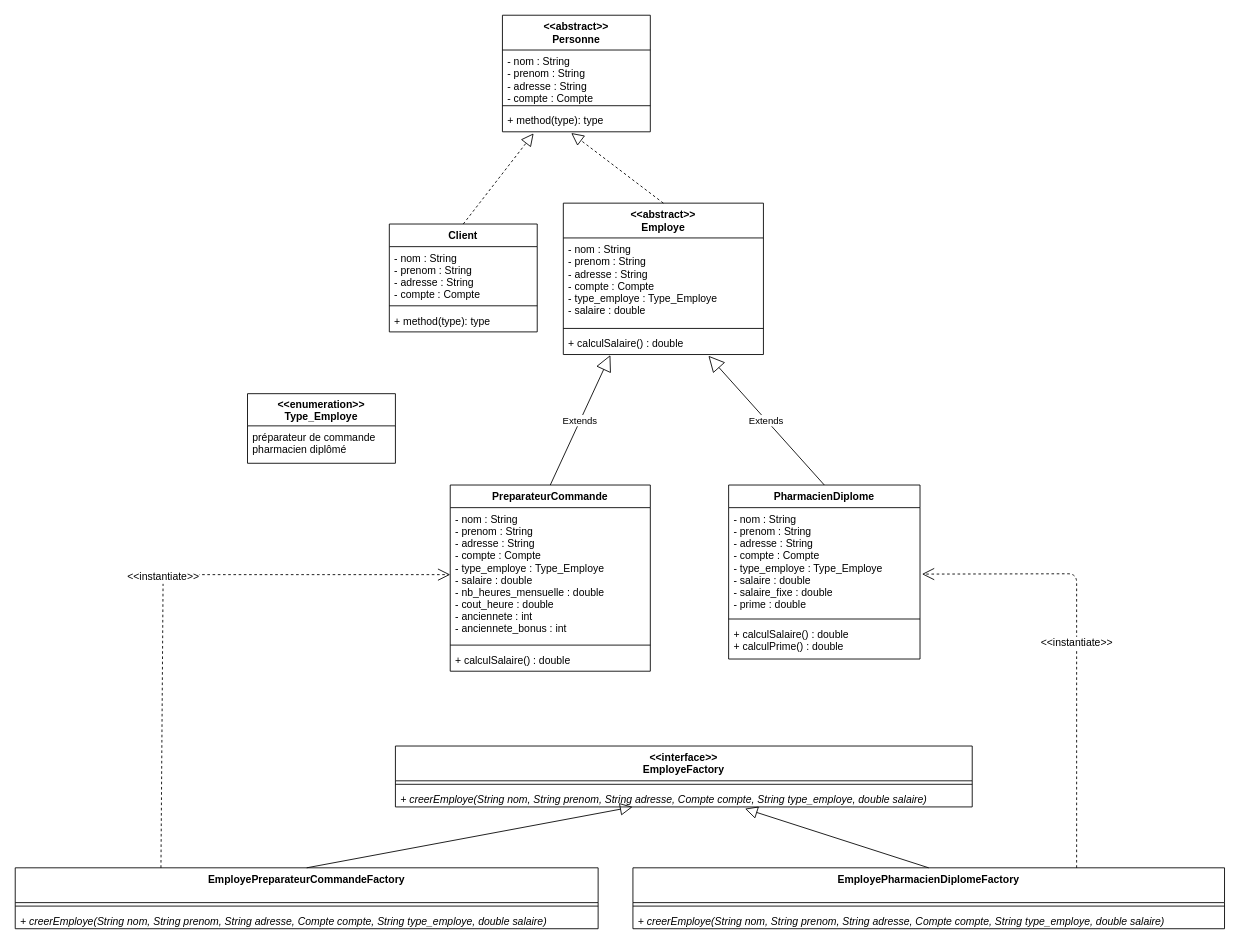
Before: src/diagrams/Personne.drawio in uapv1705019/Projet-Design-Pattern-Avance, a draw.io diagram. Source tidied: cells renumbered, new cells numbered last; positions are measured from the earlier drawing's top-left corner, leaving out a move shared by most shapes. Both pictures are drawn from the tidied source at 87%, with x=0, y=0 at pixel (15, 15).
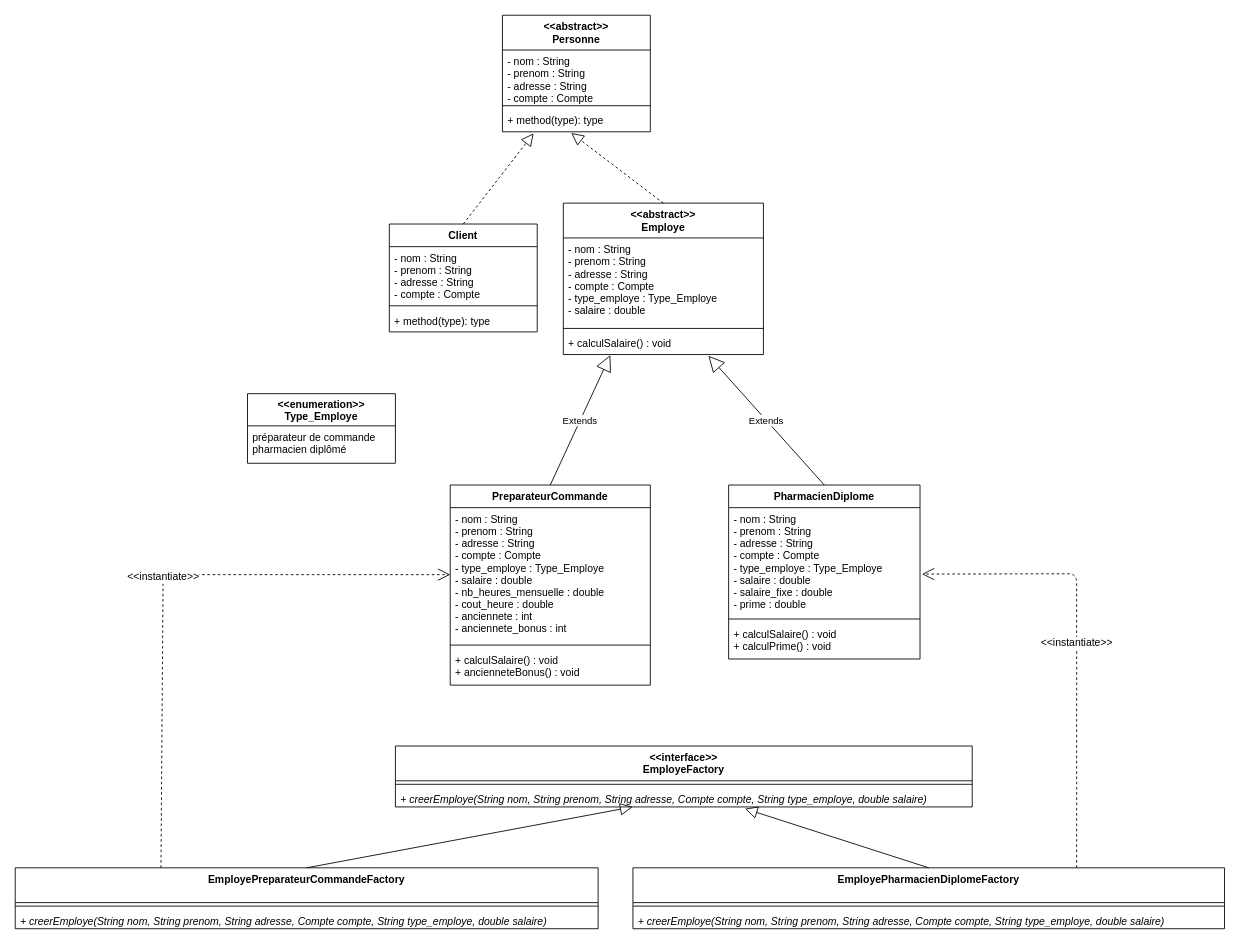
The same diagram, later.

Unchanged cells that the change refers to:
```xml
<mxCell id="6" value="&lt;&lt;abstract&gt;&gt;&#10;Employe" style="swimlane;fontStyle=1;align=center;verticalAlign=top;horizontal=1;startSize=40;" parent="1" vertex="1">
  <mxGeometry x="630" y="216" width="230" height="174" as="geometry" />
</mxCell>
<mxCell id="10" value="PharmacienDiplome" style="swimlane;fontStyle=1;align=center;verticalAlign=top;horizontal=1;startSize=26;" parent="1" vertex="1">
  <mxGeometry x="820" y="540" width="220" height="200" as="geometry" />
</mxCell>
```

What changed in the source:
```diff
@@
-    <mxCell id="9" value="+ calculSalaire() : double" style="text;strokeColor=none;fillColor=none;align=left;verticalAlign=top;spacingLeft=4;spacingRight=4;overflow=hidden;points=[[0,0.5],[1,0.5]];portConstraint=eastwest;" parent="6" vertex="1">
+    <mxCell id="9" value="+ calculSalaire() : void" style="text;strokeColor=none;fillColor=none;align=left;verticalAlign=top;spacingLeft=4;spacingRight=4;overflow=hidden;points=[[0,0.5],[1,0.5]];portConstraint=eastwest;" parent="6" vertex="1">
       <mxGeometry y="148" width="230" height="26" as="geometry" />
     </mxCell>
@@
-    <mxCell id="13" value="+ calculSalaire() : double&#10;+ calculPrime() : double" style="text;strokeColor=none;fillColor=none;align=left;verticalAlign=top;spacingLeft=4;spacingRight=4;overflow=hidden;" parent="10" vertex="1">
+    <mxCell id="13" value="+ calculSalaire() : void&#10;+ calculPrime() : void" style="text;strokeColor=none;fillColor=none;align=left;verticalAlign=top;spacingLeft=4;spacingRight=4;overflow=hidden;" parent="10" vertex="1">
       <mxGeometry y="158" width="220" height="42" as="geometry" />
     </mxCell>
     <mxCell id="14" value="PreparateurCommande" style="swimlane;fontStyle=1;align=center;verticalAlign=top;horizontal=1;startSize=26;" parent="1" vertex="1">
-      <mxGeometry x="500" y="540" width="230" height="214" as="geometry" />
+      <mxGeometry x="500" y="540" width="230" height="230" as="geometry" />
     </mxCell>
@@
-    <mxCell id="17" value="+ calculSalaire() : double" style="text;strokeColor=none;fillColor=none;align=left;verticalAlign=top;spacingLeft=4;spacingRight=4;overflow=hidden;" parent="14" vertex="1">
-      <mxGeometry y="188" width="230" height="26" as="geometry" />
+    <mxCell id="17" value="+ calculSalaire() : void&#10;+ ancienneteBonus() : void" style="text;strokeColor=none;fillColor=none;align=left;verticalAlign=top;spacingLeft=4;spacingRight=4;overflow=hidden;" parent="14" vertex="1">
+      <mxGeometry y="188" width="230" height="42" as="geometry" />
     </mxCell>
```
